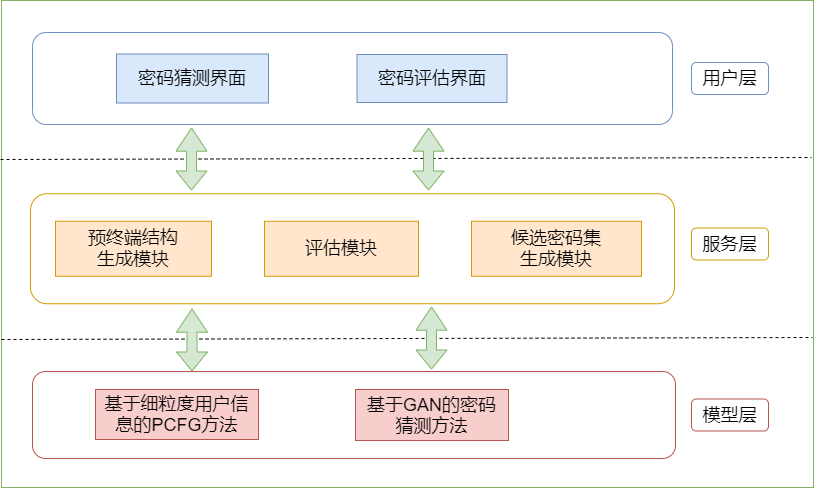
Earlier version of the draw.io export system.drawio.png (lakomi/pictures). Source tidied: cells renumbered, new cells last; positions are measured from the earlier drawing's top-left corner, leaving out a move shared by most shapes. Its diagram source:
```xml
<mxGraphModel>
  <root>
    <mxCell id="0" />
    <mxCell id="1" parent="0" />
    <mxCell id="2" style="rounded=0;whiteSpace=wrap;html=1;fontSize=18;fillColor=none;strokeColor=#82b366;" parent="1" vertex="1">
      <mxGeometry x="1" width="812" height="487" as="geometry" />
    </mxCell>
    <mxCell id="3" style="rounded=1;whiteSpace=wrap;html=1;fontSize=18;fillColor=none;strokeColor=#b85450;" parent="1" vertex="1">
      <mxGeometry x="32" y="371" width="643" height="87" as="geometry" />
    </mxCell>
    <mxCell id="4" style="rounded=1;whiteSpace=wrap;html=1;fontSize=18;fillColor=none;strokeColor=#d79b00;" parent="1" vertex="1">
      <mxGeometry x="30" y="193.2" width="644" height="110" as="geometry" />
    </mxCell>
    <mxCell id="5" style="rounded=1;whiteSpace=wrap;html=1;fontSize=18;fillColor=none;strokeColor=#6c8ebf;" parent="1" vertex="1">
      <mxGeometry x="32" y="32" width="640" height="92" as="geometry" />
    </mxCell>
    <mxCell id="6" value="密码猜测界面" style="rounded=0;whiteSpace=wrap;html=1;fontSize=18;fillColor=#dae8fc;strokeColor=#6c8ebf;" parent="1" vertex="1">
      <mxGeometry x="116" y="53.5" width="152" height="49" as="geometry" />
    </mxCell>
    <mxCell id="7" value="密码评估界面" style="rounded=0;whiteSpace=wrap;html=1;fontSize=18;fillColor=#dae8fc;strokeColor=#6c8ebf;" parent="1" vertex="1">
      <mxGeometry x="356.5" y="54" width="150" height="48" as="geometry" />
    </mxCell>
    <mxCell id="8" value="预终端结构&lt;br&gt;生成模块" style="rounded=0;whiteSpace=wrap;html=1;fontSize=18;fillColor=#ffe6cc;strokeColor=#d79b00;" parent="1" vertex="1">
      <mxGeometry x="55" y="220.8" width="156" height="55" as="geometry" />
    </mxCell>
    <mxCell id="9" value="评估模块" style="rounded=0;whiteSpace=wrap;html=1;fontSize=18;fillColor=#ffe6cc;strokeColor=#d79b00;" parent="1" vertex="1">
      <mxGeometry x="264" y="220.8" width="154" height="55" as="geometry" />
    </mxCell>
    <mxCell id="10" value="候选密码集&lt;br&gt;生成模块" style="rounded=0;whiteSpace=wrap;html=1;fontSize=18;fillColor=#ffe6cc;strokeColor=#d79b00;" parent="1" vertex="1">
      <mxGeometry x="471" y="220.8" width="170" height="55" as="geometry" />
    </mxCell>
    <mxCell id="11" value="基于细粒度用户信息的PCFG方法" style="rounded=0;whiteSpace=wrap;html=1;fontSize=18;fillColor=#f8cecc;strokeColor=#b85450;" parent="1" vertex="1">
      <mxGeometry x="95" y="389" width="163" height="50" as="geometry" />
    </mxCell>
    <mxCell id="12" value="基于GAN的密码&lt;br&gt;猜测方法" style="rounded=0;whiteSpace=wrap;html=1;fontSize=18;fillColor=#f8cecc;strokeColor=#b85450;" parent="1" vertex="1">
      <mxGeometry x="355" y="389" width="153" height="51" as="geometry" />
    </mxCell>
    <mxCell id="13" style="endArrow=none;dashed=1;html=1;rounded=0;fontSize=18;" parent="1" edge="1">
      <mxGeometry relative="1" as="geometry">
        <mxPoint y="159" as="sourcePoint" />
        <mxPoint x="811" y="157" as="targetPoint" />
      </mxGeometry>
    </mxCell>
    <mxCell id="14" style="endArrow=none;dashed=1;html=1;rounded=0;fontSize=18;" parent="1" edge="1">
      <mxGeometry relative="1" as="geometry">
        <mxPoint x="1" y="339" as="sourcePoint" />
        <mxPoint x="812" y="337" as="targetPoint" />
      </mxGeometry>
    </mxCell>
    <mxCell id="15" style="shape=flexArrow;endArrow=classic;startArrow=classic;html=1;rounded=0;width=10;endSize=7.4;fontSize=18;fillColor=#d5e8d4;strokeColor=#82b366;" parent="1" edge="1">
      <mxGeometry relative="1" as="geometry">
        <mxPoint x="191" y="190" as="sourcePoint" />
        <mxPoint x="191" y="127" as="targetPoint" />
      </mxGeometry>
    </mxCell>
    <mxCell id="16" style="shape=flexArrow;endArrow=classic;startArrow=classic;html=1;rounded=0;width=10;endSize=7.4;fontSize=18;fillColor=#d5e8d4;strokeColor=#82b366;" parent="1" edge="1">
      <mxGeometry relative="1" as="geometry">
        <mxPoint x="428" y="190" as="sourcePoint" />
        <mxPoint x="428" y="127" as="targetPoint" />
      </mxGeometry>
    </mxCell>
    <mxCell id="17" style="shape=flexArrow;endArrow=classic;startArrow=classic;html=1;rounded=0;width=10;endSize=7.4;fontSize=18;fillColor=#d5e8d4;strokeColor=#82b366;" parent="1" edge="1">
      <mxGeometry relative="1" as="geometry">
        <mxPoint x="431" y="369" as="sourcePoint" />
        <mxPoint x="431" y="306" as="targetPoint" />
      </mxGeometry>
    </mxCell>
    <mxCell id="18" style="shape=flexArrow;endArrow=classic;startArrow=classic;html=1;rounded=0;width=10;endSize=7.4;fontSize=18;fillColor=#d5e8d4;strokeColor=#82b366;" parent="1" edge="1">
      <mxGeometry relative="1" as="geometry">
        <mxPoint x="191.5" y="371" as="sourcePoint" />
        <mxPoint x="191.5" y="308" as="targetPoint" />
      </mxGeometry>
    </mxCell>
    <mxCell id="19" value="用户层" style="rounded=1;whiteSpace=wrap;html=1;fontSize=18;strokeColor=#6c8ebf;fillColor=none;" parent="1" vertex="1">
      <mxGeometry x="691" y="62" width="77" height="32" as="geometry" />
    </mxCell>
    <mxCell id="20" value="服务层&lt;span style=&quot;color: rgba(0 , 0 , 0 , 0) ; font-family: monospace ; font-size: 0px&quot;&gt;%3CmxGraphModel%3E%3Croot%3E%3CmxCell%20id%3D%220%22%2F%3E%3CmxCell%20id%3D%221%22%20parent%3D%220%22%2F%3E%3CmxCell%20id%3D%222%22%20value%3D%22%E7%94%A8%E6%88%B7%E5%B1%82%22%20style%3D%22rounded%3D1%3BwhiteSpace%3Dwrap%3Bhtml%3D1%3BfontSize%3D18%3BstrokeColor%3Ddefault%3BfillColor%3Dnone%3B%22%20vertex%3D%221%22%20parent%3D%221%22%3E%3CmxGeometry%20x%3D%22960%22%20y%3D%22111%22%20width%3D%2277%22%20height%3D%2232%22%20as%3D%22geometry%22%2F%3E%3C%2FmxCell%3E%3C%2Froot%3E%3C%2FmxGraphModel%3E&lt;/span&gt;" style="rounded=1;whiteSpace=wrap;html=1;fontSize=18;strokeColor=#d79b00;fillColor=none;" parent="1" vertex="1">
      <mxGeometry x="691" y="227.5" width="77" height="32" as="geometry" />
    </mxCell>
    <mxCell id="21" value="模型层" style="rounded=1;whiteSpace=wrap;html=1;fontSize=18;strokeColor=#b85450;fillColor=none;" parent="1" vertex="1">
      <mxGeometry x="691" y="398.5" width="77" height="32" as="geometry" />
    </mxCell>
  </root>
</mxGraphModel>
```
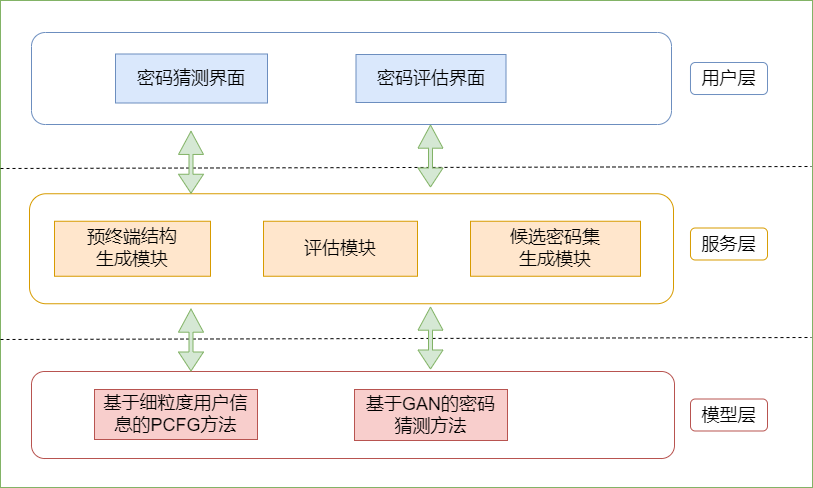
Above is the later version.

Change to the diagram source:
```diff
@@ -37,8 +37,8 @@
     </mxCell>
     <mxCell id="13" style="endArrow=none;dashed=1;html=1;rounded=0;fontSize=18;" parent="1" edge="1">
       <mxGeometry relative="1" as="geometry">
-        <mxPoint y="159" as="sourcePoint" />
-        <mxPoint x="811" y="157" as="targetPoint" />
+        <mxPoint x="1" y="168" as="sourcePoint" />
+        <mxPoint x="812" y="166" as="targetPoint" />
       </mxGeometry>
     </mxCell>
     <mxCell id="14" style="endArrow=none;dashed=1;html=1;rounded=0;fontSize=18;" parent="1" edge="1">
@@ -47,25 +47,13 @@
         <mxPoint x="812" y="337" as="targetPoint" />
       </mxGeometry>
     </mxCell>
-    <mxCell id="15" style="shape=flexArrow;endArrow=classic;startArrow=classic;html=1;rounded=0;width=10;endSize=7.4;fontSize=18;fillColor=#d5e8d4;strokeColor=#82b366;" parent="1" edge="1">
-      <mxGeometry relative="1" as="geometry">
-        <mxPoint x="191" y="190" as="sourcePoint" />
-        <mxPoint x="191" y="127" as="targetPoint" />
-      </mxGeometry>
-    </mxCell>
-    <mxCell id="16" style="shape=flexArrow;endArrow=classic;startArrow=classic;html=1;rounded=0;width=10;endSize=7.4;fontSize=18;fillColor=#d5e8d4;strokeColor=#82b366;" parent="1" edge="1">
-      <mxGeometry relative="1" as="geometry">
-        <mxPoint x="428" y="190" as="sourcePoint" />
-        <mxPoint x="428" y="127" as="targetPoint" />
-      </mxGeometry>
-    </mxCell>
-    <mxCell id="17" style="shape=flexArrow;endArrow=classic;startArrow=classic;html=1;rounded=0;width=10;endSize=7.4;fontSize=18;fillColor=#d5e8d4;strokeColor=#82b366;" parent="1" edge="1">
+    <mxCell id="17" style="shape=flexArrow;endArrow=classic;startArrow=classic;html=1;rounded=0;width=4;endSize=7.4;fontSize=18;fillColor=#d5e8d4;strokeColor=#82b366;" parent="1" edge="1">
       <mxGeometry relative="1" as="geometry">
         <mxPoint x="431" y="369" as="sourcePoint" />
         <mxPoint x="431" y="306" as="targetPoint" />
       </mxGeometry>
     </mxCell>
-    <mxCell id="18" style="shape=flexArrow;endArrow=classic;startArrow=classic;html=1;rounded=0;width=10;endSize=7.4;fontSize=18;fillColor=#d5e8d4;strokeColor=#82b366;" parent="1" edge="1">
+    <mxCell id="18" style="shape=flexArrow;endArrow=classic;startArrow=classic;html=1;rounded=0;width=4;endSize=7.4;fontSize=18;fillColor=#d5e8d4;strokeColor=#82b366;" parent="1" edge="1">
       <mxGeometry relative="1" as="geometry">
         <mxPoint x="191.5" y="371" as="sourcePoint" />
         <mxPoint x="191.5" y="308" as="targetPoint" />
@@ -80,5 +68,17 @@
     <mxCell id="21" value="模型层" style="rounded=1;whiteSpace=wrap;html=1;fontSize=18;strokeColor=#b85450;fillColor=none;" parent="1" vertex="1">
       <mxGeometry x="691" y="398.5" width="77" height="32" as="geometry" />
     </mxCell>
+    <mxCell id="22" style="shape=flexArrow;endArrow=classic;startArrow=classic;html=1;rounded=0;width=4;endSize=7.4;fontSize=18;fillColor=#d5e8d4;strokeColor=#82b366;" parent="1" edge="1">
+      <mxGeometry relative="1" as="geometry">
+        <mxPoint x="191.5" y="193.2" as="sourcePoint" />
+        <mxPoint x="191.5" y="130.2" as="targetPoint" />
+      </mxGeometry>
+    </mxCell>
+    <mxCell id="23" style="shape=flexArrow;endArrow=classic;startArrow=classic;html=1;rounded=0;width=4;endSize=7.4;fontSize=18;fillColor=#d5e8d4;strokeColor=#82b366;" parent="1" edge="1">
+      <mxGeometry relative="1" as="geometry">
+        <mxPoint x="431" y="187" as="sourcePoint" />
+        <mxPoint x="431" y="124" as="targetPoint" />
+      </mxGeometry>
+    </mxCell>
   </root>
 </mxGraphModel>
```
